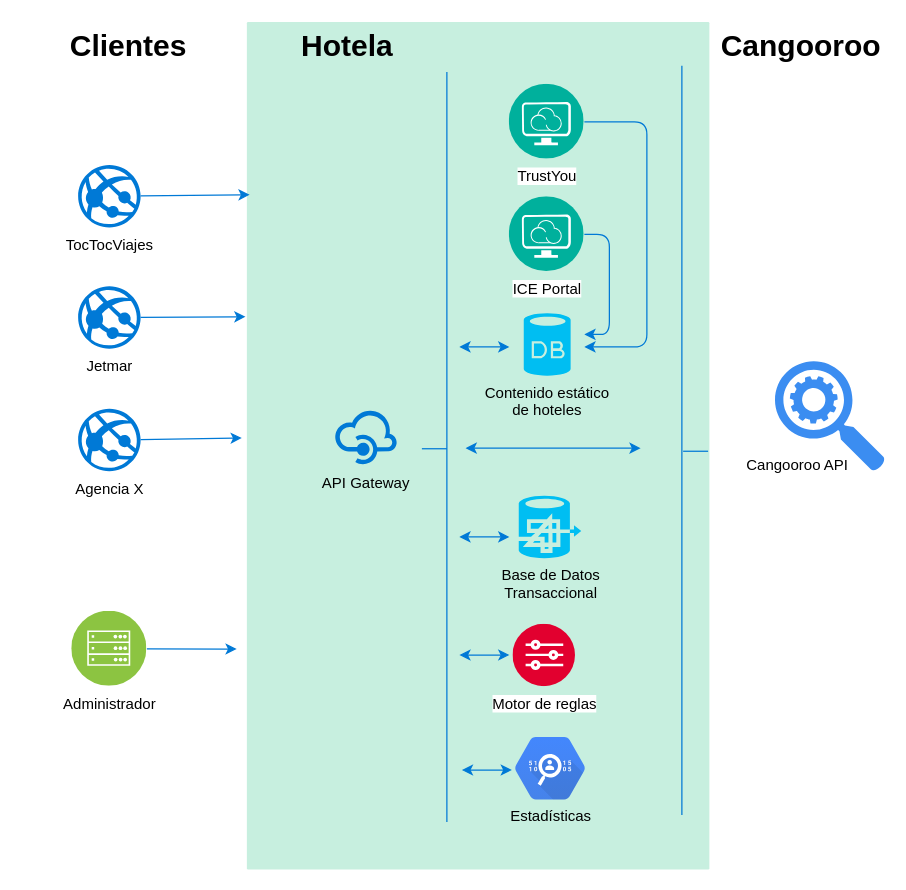
Above: page "Page-2" (2 of 3) of Untitled Diagram.drawio in nan3co/crypto-twitter-bot (draw.io), before the change. Source tidied: cells renumbered, new cells numbered last; positions are measured from the earlier drawing's top-left corner, leaving out a move shared by most shapes. Both pictures are drawn from the tidied source at 125%, with x=0, y=0 at pixel (65, 21).
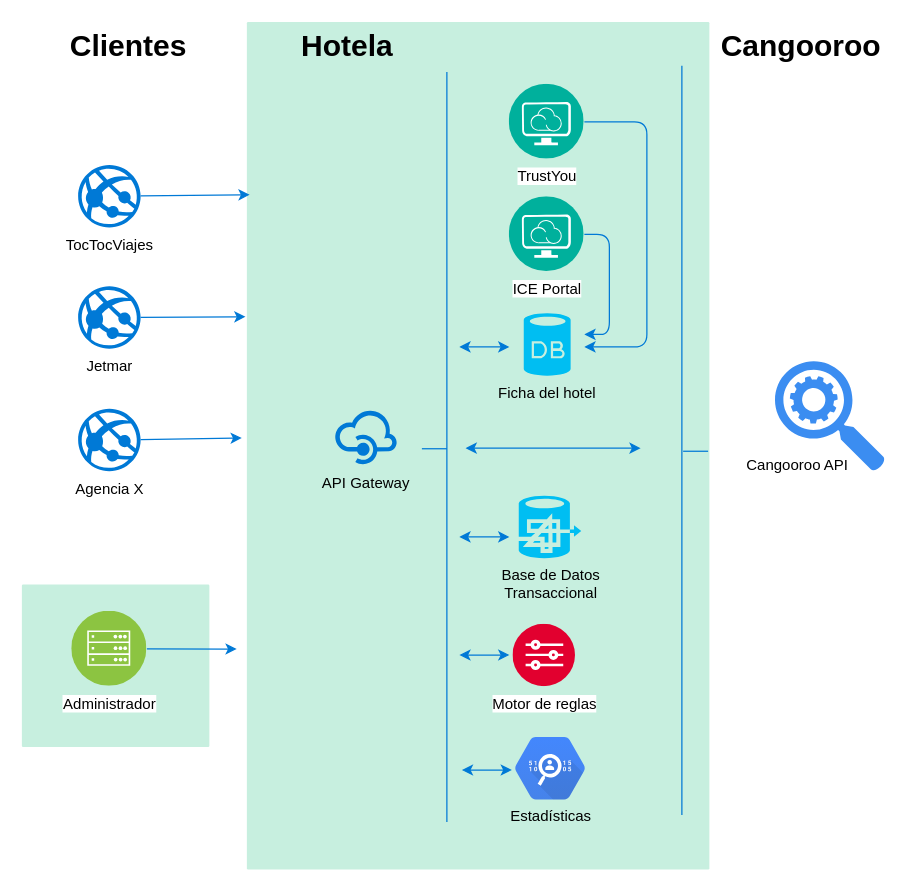
The same page after the edit.

Change to the diagram source:
```diff
@@
+    <mxCell id="34" style="rounded=1;absoluteArcSize=1;arcSize=2;html=1;strokeColor=none;gradientColor=none;shadow=0;dashed=0;fontSize=12;fontColor=#9E9E9E;align=left;verticalAlign=top;spacing=10;spacingTop=-4;fillColor=#C7EFDF;" parent="1" vertex="1">
+      <mxGeometry x="-35" y="450" width="150" height="130" as="geometry" />
+    </mxCell>
@@
-    <mxCell id="19" value="Contenido estático&lt;br&gt;de hoteles" style="verticalLabelPosition=bottom;html=1;verticalAlign=top;align=center;strokeColor=none;fillColor=#00BEF2;shape=mxgraph.azure.database;" parent="1" vertex="1">
+    <mxCell id="19" value="Ficha del hotel" style="verticalLabelPosition=bottom;html=1;verticalAlign=top;align=center;strokeColor=none;fillColor=#00BEF2;shape=mxgraph.azure.database;" parent="1" vertex="1">
       <mxGeometry x="366.5" y="233" width="37.5" height="50" as="geometry" />
     </mxCell>
```
